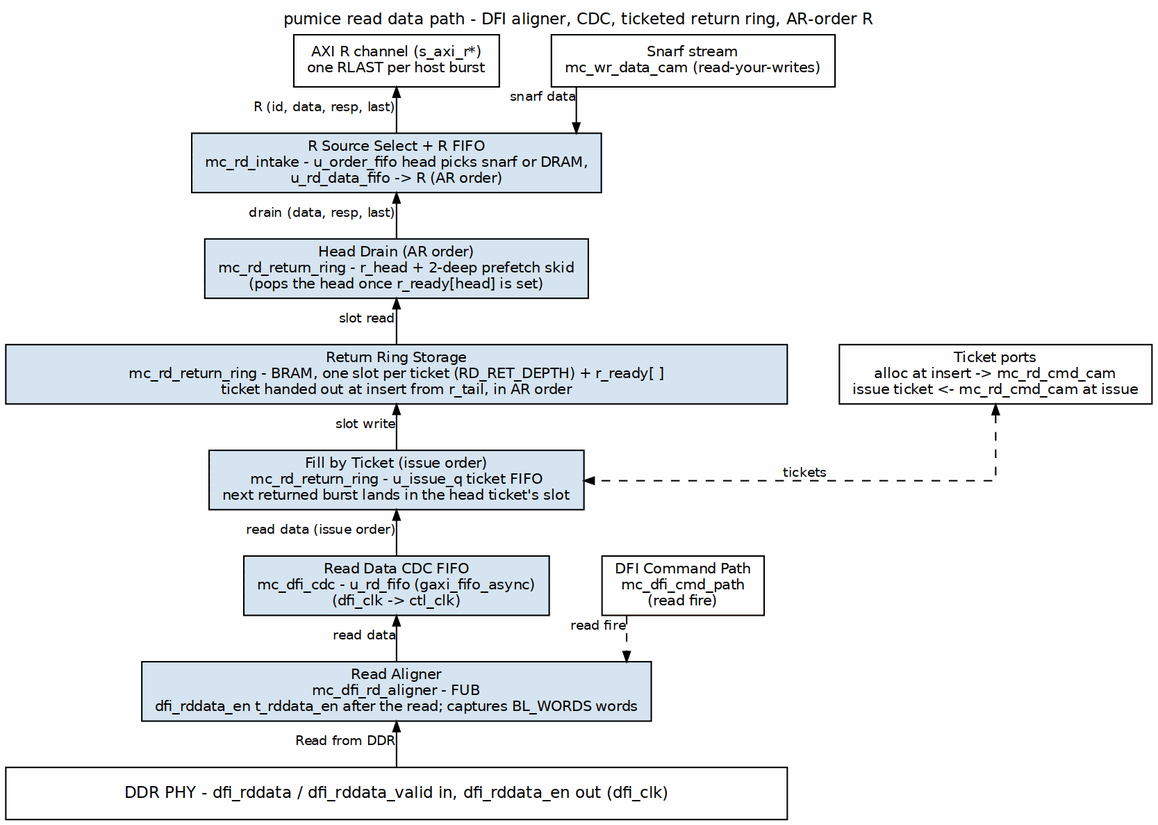
This is projects/components/mem-ctrl-ip/research-ip/pumice-ddr2-lpddr2/docs/pumice_mas/assets/graphviz/16_rd_data_path.png from sean-galloway/RTLDesignSherpa, a Graphviz export, as it was before one commit. Its source is kept beside it as projects/components/mem-ctrl-ip/research-ip/pumice-ddr2-lpddr2/docs/pumice_mas/assets/graphviz/16_rd_data_path.dot.
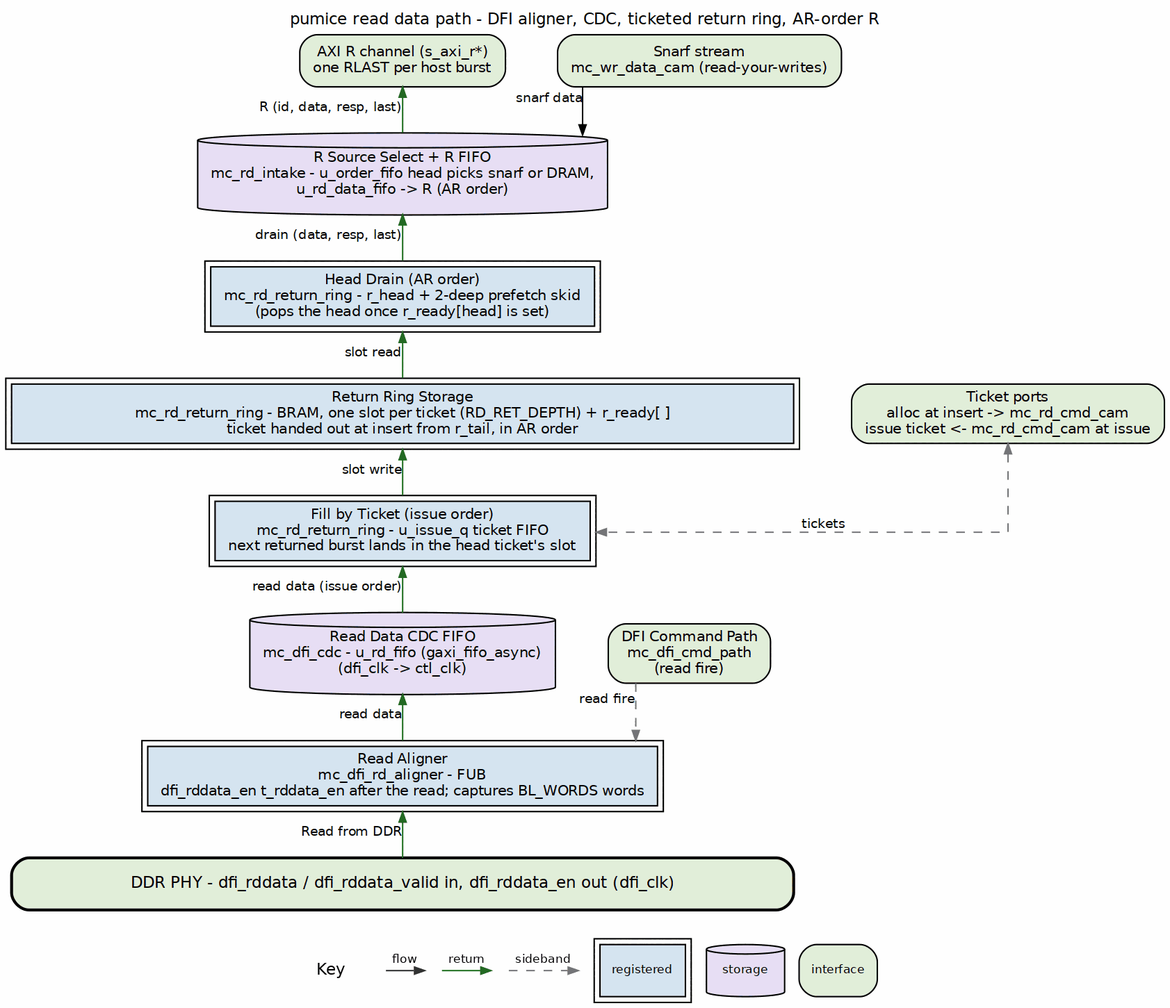
Above is the later version.

What changed in the source:
```diff
@@ -4,37 +4,37 @@
            label="pumice read data path - DFI aligner, CDC, ticketed return ring, AR-order R",
            labelloc=t, labeljust=c];
     node  [fontname="Helvetica", fontsize=10, shape=box, style=filled,
-           fillcolor="#D6E4F0", color="black", margin="0.12,0.06"];
+           fillcolor="white", color="black", margin="0.12,0.06"];
     edge  [fontname="Helvetica", fontsize=9, color="black", arrowsize=0.7];
 
-    p_r   [group=C, label="AXI R channel (s_axi_r*)\none RLAST per host burst", fillcolor="white"];
+    p_r   [group=C, label="AXI R channel (s_axi_r*)\none RLAST per host burst", fillcolor="white", style="rounded,filled", fillcolor="#E2EFDA"];
 
-    rin   [group=C, label="R Source Select + R FIFO\nmc_rd_intake - u_order_fifo head picks snarf or DRAM,\nu_rd_data_fifo -> R (AR order)"];
-    p_sn  [label="Snarf stream\nmc_wr_data_cam (read-your-writes)", fillcolor="white"];
+    rin   [group=C, label="R Source Select + R FIFO\nmc_rd_intake - u_order_fifo head picks snarf or DRAM,\nu_rd_data_fifo -> R (AR order)", shape=cylinder, style="filled", fillcolor="#E8DFF5"];
+    p_sn  [label="Snarf stream\nmc_wr_data_cam (read-your-writes)", fillcolor="white", style="rounded,filled", fillcolor="#E2EFDA"];
 
-    drain [group=C, label="Head Drain (AR order)\nmc_rd_return_ring - r_head + 2-deep prefetch skid\n(pops the head once r_ready[head] is set)"];
-    ring  [group=C, label="Return Ring Storage\nmc_rd_return_ring - BRAM, one slot per ticket (RD_RET_DEPTH) + r_ready[ ]\nticket handed out at insert from r_tail, in AR order", width=7.5];
-    fill  [group=C, label="Fill by Ticket (issue order)\nmc_rd_return_ring - u_issue_q ticket FIFO\nnext returned burst lands in the head ticket's slot"];
-    p_tk  [label="Ticket ports\nalloc at insert -> mc_rd_cmd_cam\nissue ticket <- mc_rd_cmd_cam at issue", fillcolor="white"];
+    drain [group=C, label="Head Drain (AR order)\nmc_rd_return_ring - r_head + 2-deep prefetch skid\n(pops the head once r_ready[head] is set)", peripheries=2, style="filled", fillcolor="#D6E4F0"];
+    ring  [group=C, label="Return Ring Storage\nmc_rd_return_ring - BRAM, one slot per ticket (RD_RET_DEPTH) + r_ready[ ]\nticket handed out at insert from r_tail, in AR order", width=7.5, peripheries=2, style="filled", fillcolor="#D6E4F0"];
+    fill  [group=C, label="Fill by Ticket (issue order)\nmc_rd_return_ring - u_issue_q ticket FIFO\nnext returned burst lands in the head ticket's slot", peripheries=2, style="filled", fillcolor="#D6E4F0"];
+    p_tk  [label="Ticket ports\nalloc at insert -> mc_rd_cmd_cam\nissue ticket <- mc_rd_cmd_cam at issue", fillcolor="white", style="rounded,filled", fillcolor="#E2EFDA"];
 
-    cdc   [group=C, label="Read Data CDC FIFO\nmc_dfi_cdc - u_rd_fifo (gaxi_fifo_async)\n(dfi_clk -> ctl_clk)"];
-    al    [group=C, label="Read Aligner\nmc_dfi_rd_aligner - FUB\ndfi_rddata_en t_rddata_en after the read; captures BL_WORDS words"];
-    fire  [label="DFI Command Path\nmc_dfi_cmd_path\n(read fire)", fillcolor="white"];
+    cdc   [group=C, label="Read Data CDC FIFO\nmc_dfi_cdc - u_rd_fifo (gaxi_fifo_async)\n(dfi_clk -> ctl_clk)", shape=cylinder, style="filled", fillcolor="#E8DFF5"];
+    al    [group=C, label="Read Aligner\nmc_dfi_rd_aligner - FUB\ndfi_rddata_en t_rddata_en after the read; captures BL_WORDS words", peripheries=2, style="filled", fillcolor="#D6E4F0"];
+    fire  [label="DFI Command Path\nmc_dfi_cmd_path\n(read fire)", fillcolor="white", style="rounded,filled", fillcolor="#E2EFDA"];
 
     phy   [group=C, label="DDR PHY - dfi_rddata / dfi_rddata_valid in, dfi_rddata_en out (dfi_clk)",
-           fillcolor="white", width=7.5, height=0.5, fontsize=11];
+           fillcolor="white", width=7.5, height=0.5, fontsize=11, style="rounded,filled,bold", fillcolor="#E2EFDA"];
 
-    p_r   -> rin   [dir=back, xlabel="R (id, data, resp, last)"];
-    rin   -> drain [dir=back, xlabel="drain (data, resp, last)"];
-    drain -> ring  [dir=back, xlabel="slot read"];
-    ring  -> fill  [dir=back, xlabel="slot write"];
-    fill  -> cdc   [dir=back, xlabel="read data (issue order)"];
-    cdc   -> al    [dir=back, xlabel="read data"];
-    al    -> phy   [dir=back, xlabel="Read from DDR"];
+    p_r   -> rin   [color="#1A7A1A", dir=back, xlabel="R (id, data, resp, last)"];
+    rin   -> drain [color="#1A7A1A", dir=back, xlabel="drain (data, resp, last)"];
+    drain -> ring  [color="#1A7A1A", dir=back, xlabel="slot read"];
+    ring  -> fill  [color="#1A7A1A", dir=back, xlabel="slot write"];
+    fill  -> cdc   [color="#1A7A1A", dir=back, xlabel="read data (issue order)"];
+    cdc   -> al    [color="#1A7A1A", dir=back, xlabel="read data"];
+    al    -> phy   [color="#1A7A1A", dir=back, xlabel="Read from DDR"];
 
     p_sn  -> rin   [xlabel="snarf data"];
-    p_tk  -> fill  [dir=both, style=dashed, xlabel="tickets"];
-    fire  -> al    [style=dashed, xlabel="read fire"];
+    p_tk  -> fill  [dir=both, style=dashed, color="#777777", xlabel="tickets"];
+    fire  -> al    [style=dashed, color="#777777", xlabel="read fire"];
 
     { rank=same; p_r; p_sn; }
     { rank=same; ring; p_tk; }
```
